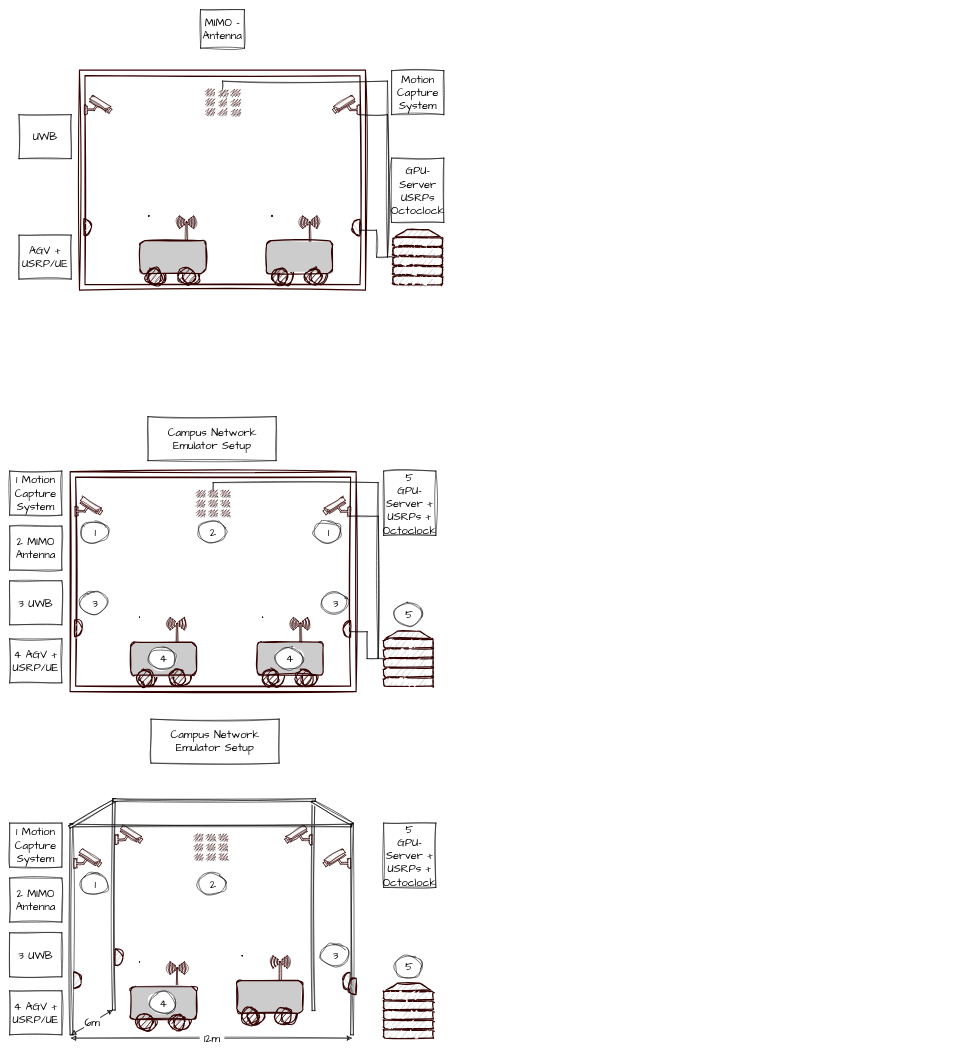
dfkirauber/dfkirauber keeps this draw.io diagram as Unbenanntes Diagramm.drawio. Above is the earlier version. Source tidied: cells renumbered, new cells numbered last; positions are measured from the earlier drawing's top-left corner, leaving out a move shared by most shapes. Both pictures are drawn from the tidied source at 55%, with x=0, y=0 at pixel (9, 9).
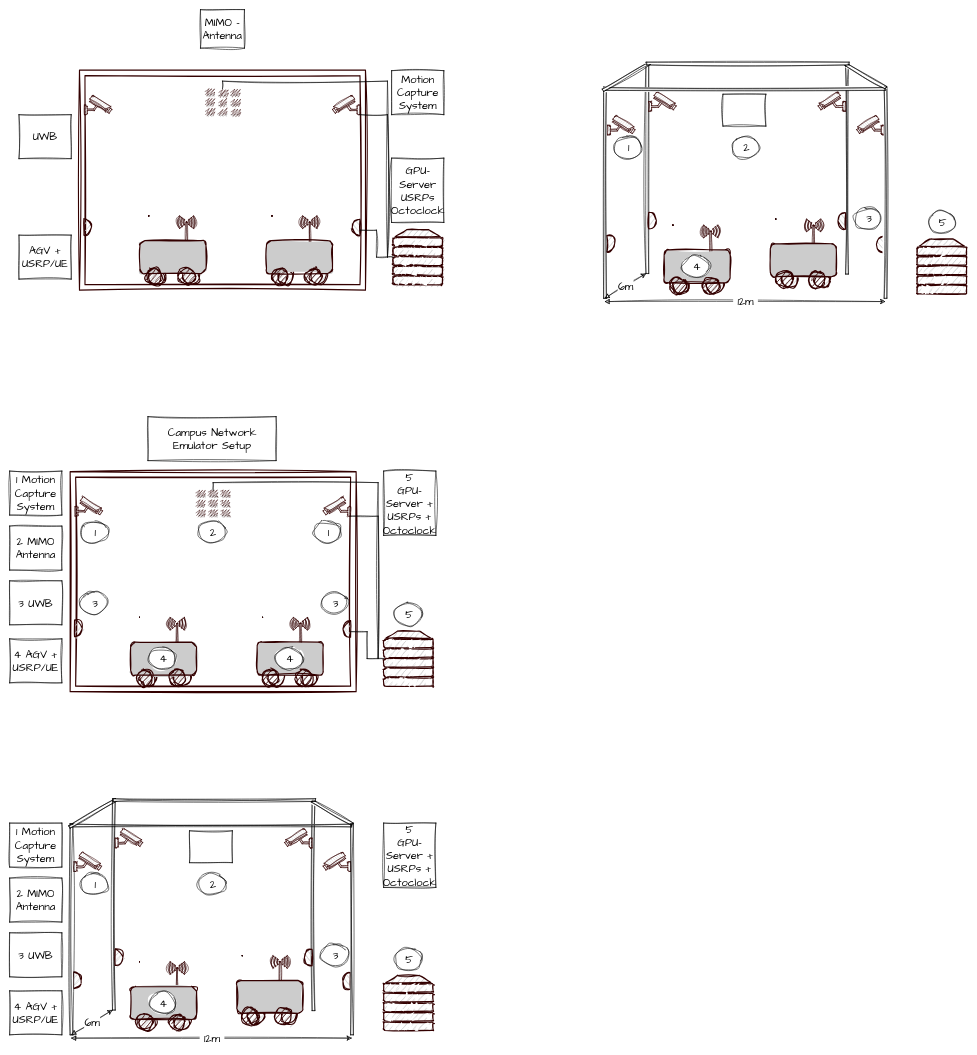
The same page after the edit.

Diff of the diagram source:
```diff
@@
+    <mxCell id="125" style="rounded=0;whiteSpace=wrap;html=1;sketch=1;hachureGap=4;jiggle=2;curveFitting=1;fontFamily=Architects Daughter;fontSize=20;" parent="1" vertex="1">
+      <mxGeometry x="327" y="1493" width="78" height="58" as="geometry" />
+    </mxCell>
@@
     <mxCell id="88" style="fontColor=#0066CC;verticalAlign=top;verticalLabelPosition=bottom;labelPosition=center;align=center;html=1;fillColor=#CCCCCC;strokeColor=#330000;gradientColor=none;gradientDirection=north;strokeWidth=2;shape=mxgraph.networks.security_camera;flipV=0;flipH=1;sketch=1;curveFitting=1;jiggle=2;perimeterSpacing=0;" parent="1" vertex="1">
-      <mxGeometry x="570" y="1526" width="50" height="35" as="geometry" />
+      <mxGeometry x="570" y="1532" width="50" height="35" as="geometry" />
     </mxCell>
@@
     <mxCell id="90" style="fontColor=#0066CC;verticalAlign=top;verticalLabelPosition=bottom;labelPosition=center;align=center;html=1;fillColor=#CCCCCC;strokeColor=#330000;gradientColor=none;gradientDirection=north;strokeWidth=2;shape=mxgraph.networks.security_camera;sketch=1;curveFitting=1;jiggle=2;perimeterSpacing=0;" parent="1" vertex="1">
-      <mxGeometry x="117" y="1526" width="50" height="35" as="geometry" />
+      <mxGeometry x="117" y="1532" width="50" height="35" as="geometry" />
     </mxCell>
@@
     <mxCell id="92" style="fontColor=#0066CC;verticalAlign=top;verticalLabelPosition=bottom;labelPosition=center;align=center;html=1;fillColor=#CCCCCC;strokeColor=#330000;gradientColor=none;gradientDirection=north;strokeWidth=2;shape=mxgraph.networks.server;sketch=1;curveFitting=1;jiggle=2;perimeterSpacing=0;" parent="1" vertex="1">
-      <mxGeometry x="680" y="1770" width="90" height="100" as="geometry" />
+      <mxGeometry x="680" y="1756" width="90" height="100" as="geometry" />
     </mxCell>
-    <mxCell id="93" style="dashed=0;verticalLabelPosition=bottom;verticalAlign=top;align=center;html=1;shape=mxgraph.aws3.instances_2;fillColor=#330000;gradientColor=none;sketch=1;curveFitting=1;jiggle=2;strokeWidth=1;fillStyle=zigzag;" parent="1" vertex="1">
+    <mxCell id="93" style="dashed=0;verticalLabelPosition=bottom;verticalAlign=top;align=center;html=1;shape=mxgraph.aws3.instances_2;fillColor=#B3B3B3;gradientColor=none;strokeWidth=0;fillStyle=zigzag;sketch=1;curveFitting=1;jiggle=2;" parent="1" vertex="1">
       <mxGeometry x="336" y="1499" width="60" height="47" as="geometry" />
     </mxCell>
@@
     <mxCell id="104" style="ellipse;whiteSpace=wrap;html=1;sketch=1;hachureGap=4;jiggle=2;curveFitting=1;fontFamily=Architects Daughter;fontSize=20;" parent="1" vertex="1">
-      <mxGeometry x="700" y="1720" width="50" height="40" as="geometry" />
+      <mxGeometry x="700" y="1706" width="50" height="40" as="geometry" />
     </mxCell>
     <mxCell id="105" value="5" style="text;html=1;strokeColor=none;fillColor=none;align=center;verticalAlign=middle;whiteSpace=wrap;rounded=0;fontSize=20;fontFamily=Architects Daughter;" parent="1" vertex="1">
-      <mxGeometry x="697" y="1725" width="60" height="30" as="geometry" />
+      <mxGeometry x="697" y="1711" width="60" height="30" as="geometry" />
     </mxCell>
@@
-    <mxCell id="109" value="Campus Network Emulator Setup" style="text;html=1;strokeColor=default;fillColor=none;align=center;verticalAlign=middle;whiteSpace=wrap;rounded=0;fontSize=20;fontFamily=Architects Daughter;sketch=1;curveFitting=1;jiggle=2;" parent="1" vertex="1">
-      <mxGeometry x="257" y="1290" width="233" height="80" as="geometry" />
-    </mxCell>
@@
     <mxCell id="113" style="fontColor=#0066CC;verticalAlign=top;verticalLabelPosition=bottom;labelPosition=center;align=center;html=1;fillColor=#CCCCCC;strokeColor=#330000;gradientColor=none;gradientDirection=north;strokeWidth=2;shape=mxgraph.networks.security_camera;sketch=1;curveFitting=1;jiggle=2;perimeterSpacing=0;" parent="1" vertex="1">
-      <mxGeometry x="192" y="1483" width="50" height="35" as="geometry" />
+      <mxGeometry x="192" y="1489" width="50" height="35" as="geometry" />
     </mxCell>
     <mxCell id="114" style="fontColor=#0066CC;verticalAlign=top;verticalLabelPosition=bottom;labelPosition=center;align=center;html=1;fillColor=#CCCCCC;strokeColor=#330000;gradientColor=none;gradientDirection=north;strokeWidth=2;shape=mxgraph.networks.security_camera;flipV=0;flipH=1;sketch=1;curveFitting=1;jiggle=2;perimeterSpacing=0;" parent="1" vertex="1">
-      <mxGeometry x="500" y="1483" width="50" height="35" as="geometry" />
+      <mxGeometry x="500" y="1489" width="50" height="35" as="geometry" />
     </mxCell>
@@
     <mxCell id="124" style="shape=or;whiteSpace=wrap;html=1;flipH=1;strokeColor=#330000;fillColor=#CCCCCC;sketch=1;curveFitting=1;jiggle=2;perimeterSpacing=0;strokeWidth=2;" parent="1" vertex="1">
-      <mxGeometry x="616" y="1761" width="14" height="30" as="geometry" />
+      <mxGeometry x="536" y="1708.5" width="14" height="30" as="geometry" />
     </mxCell>
+    <mxCell id="126" style="rounded=0;whiteSpace=wrap;html=1;sketch=1;hachureGap=4;jiggle=2;curveFitting=1;fontFamily=Architects Daughter;fontSize=20;" parent="1" vertex="1">
+      <mxGeometry x="1297" y="153.8" width="78" height="58" as="geometry" />
+    </mxCell>
+    <mxCell id="127" style="rounded=0;whiteSpace=wrap;html=1;sketch=1;hachureGap=4;jiggle=2;curveFitting=1;fontFamily=Architects Daughter;fontSize=20;" parent="1" vertex="1">
+      <mxGeometry x="1520" y="100.8" width="5" height="380" as="geometry" />
+    </mxCell>
+    <mxCell id="128" style="ellipse;whiteSpace=wrap;html=1;strokeColor=#330000;fillColor=#CCCCCC;sketch=1;curveFitting=1;jiggle=2;perimeterSpacing=0;strokeWidth=2;" parent="1" vertex="1">
+      <mxGeometry x="1463" y="475.8" width="30" height="30" as="geometry" />
+    </mxCell>
+    <mxCell id="129" style="ellipse;whiteSpace=wrap;html=1;strokeColor=#330000;fillColor=#CCCCCC;sketch=1;curveFitting=1;jiggle=2;perimeterSpacing=0;strokeWidth=2;" parent="1" vertex="1">
+      <mxGeometry x="1403" y="475.8" width="30" height="30" as="geometry" />
+    </mxCell>
+    <mxCell id="130" style="fontColor=#0066CC;verticalAlign=top;verticalLabelPosition=bottom;labelPosition=center;align=center;html=1;fillColor=#CCCCCC;strokeColor=#330000;gradientColor=none;gradientDirection=north;strokeWidth=1;shape=mxgraph.networks.wireless_modem;sketch=1;curveFitting=1;jiggle=2;perimeterSpacing=0;" parent="1" vertex="1">
+      <mxGeometry x="1393" y="380.8" width="100" height="85" as="geometry" />
+    </mxCell>
+    <mxCell id="131" style="rounded=1;whiteSpace=wrap;html=1;gradientColor=none;fillColor=#CCCCCC;shadow=0;glass=0;fillStyle=solid;strokeColor=#330000;sketch=1;curveFitting=1;jiggle=2;perimeterSpacing=0;strokeWidth=2;" parent="1" vertex="1">
+      <mxGeometry x="1383" y="425.8" width="120" height="60" as="geometry" />
+    </mxCell>
+    <mxCell id="132" style="ellipse;whiteSpace=wrap;html=1;strokeColor=#330000;fillColor=#330000;sketch=1;curveFitting=1;jiggle=2;perimeterSpacing=0;strokeWidth=2;" parent="1" vertex="1">
+      <mxGeometry x="1393" y="475.8" width="30" height="30" as="geometry" />
+    </mxCell>
+    <mxCell id="133" style="ellipse;whiteSpace=wrap;html=1;strokeColor=#330000;fillColor=#330000;sketch=1;curveFitting=1;jiggle=2;perimeterSpacing=0;strokeWidth=2;" parent="1" vertex="1">
+      <mxGeometry x="1453" y="475.8" width="30" height="30" as="geometry" />
+    </mxCell>
+    <mxCell id="134" style="ellipse;whiteSpace=wrap;html=1;strokeColor=#330000;fillColor=#CCCCCC;sketch=1;curveFitting=1;jiggle=2;perimeterSpacing=0;strokeWidth=2;" parent="1" vertex="1">
+      <mxGeometry x="1268" y="486.8" width="30" height="30" as="geometry" />
+    </mxCell>
+    <mxCell id="135" style="ellipse;whiteSpace=wrap;html=1;strokeColor=#330000;fillColor=#CCCCCC;sketch=1;curveFitting=1;jiggle=2;perimeterSpacing=0;strokeWidth=2;" parent="1" vertex="1">
+      <mxGeometry x="1206" y="486.8" width="30" height="30" as="geometry" />
+    </mxCell>
+    <mxCell id="136" style="fontColor=#0066CC;verticalAlign=top;verticalLabelPosition=bottom;labelPosition=center;align=center;html=1;fillColor=#CCCCCC;strokeColor=#330000;gradientColor=none;gradientDirection=north;strokeWidth=1;shape=mxgraph.networks.wireless_modem;sketch=1;curveFitting=1;jiggle=2;perimeterSpacing=0;" parent="1" vertex="1">
+      <mxGeometry x="1206" y="391.8" width="100" height="85" as="geometry" />
+    </mxCell>
+    <mxCell id="137" style="rounded=1;whiteSpace=wrap;html=1;gradientColor=none;fillColor=#CCCCCC;shadow=0;glass=0;fillStyle=solid;strokeColor=#330000;sketch=1;curveFitting=1;jiggle=2;perimeterSpacing=0;strokeWidth=2;" parent="1" vertex="1">
+      <mxGeometry x="1190" y="436.8" width="120" height="60" as="geometry" />
+    </mxCell>
+    <mxCell id="138" style="ellipse;whiteSpace=wrap;html=1;strokeColor=#330000;fillColor=#330000;sketch=1;curveFitting=1;jiggle=2;perimeterSpacing=0;strokeWidth=2;" parent="1" vertex="1">
+      <mxGeometry x="1200" y="486.8" width="30" height="30" as="geometry" />
+    </mxCell>
+    <mxCell id="139" style="ellipse;whiteSpace=wrap;html=1;strokeColor=#330000;fillColor=#330000;sketch=1;curveFitting=1;jiggle=2;perimeterSpacing=0;strokeWidth=2;" parent="1" vertex="1">
+      <mxGeometry x="1260" y="486.8" width="30" height="30" as="geometry" />
+    </mxCell>
+    <mxCell id="140" style="fontColor=#0066CC;verticalAlign=top;verticalLabelPosition=bottom;labelPosition=center;align=center;html=1;fillColor=#CCCCCC;strokeColor=#330000;gradientColor=none;gradientDirection=north;strokeWidth=2;shape=mxgraph.networks.security_camera;flipV=0;flipH=1;sketch=1;curveFitting=1;jiggle=2;perimeterSpacing=0;" parent="1" vertex="1">
+      <mxGeometry x="1540" y="192.8" width="50" height="35" as="geometry" />
+    </mxCell>
+    <mxCell id="141" style="shape=or;whiteSpace=wrap;html=1;strokeColor=#330000;fillColor=#CCCCCC;sketch=1;curveFitting=1;jiggle=2;perimeterSpacing=0;strokeWidth=2;" parent="1" vertex="1">
+      <mxGeometry x="1086" y="410.8" width="14" height="30" as="geometry" />
+    </mxCell>
+    <mxCell id="142" style="fontColor=#0066CC;verticalAlign=top;verticalLabelPosition=bottom;labelPosition=center;align=center;html=1;fillColor=#CCCCCC;strokeColor=#330000;gradientColor=none;gradientDirection=north;strokeWidth=2;shape=mxgraph.networks.security_camera;sketch=1;curveFitting=1;jiggle=2;perimeterSpacing=0;" parent="1" vertex="1">
+      <mxGeometry x="1087" y="192.8" width="50" height="35" as="geometry" />
+    </mxCell>
+    <mxCell id="143" style="shape=or;whiteSpace=wrap;html=1;flipH=1;strokeColor=#330000;fillColor=#CCCCCC;sketch=1;curveFitting=1;jiggle=2;perimeterSpacing=0;strokeWidth=2;" parent="1" vertex="1">
+      <mxGeometry x="1576" y="411.8" width="14" height="30" as="geometry" />
+    </mxCell>
+    <mxCell id="144" style="fontColor=#0066CC;verticalAlign=top;verticalLabelPosition=bottom;labelPosition=center;align=center;html=1;fillColor=#CCCCCC;strokeColor=#330000;gradientColor=none;gradientDirection=north;strokeWidth=2;shape=mxgraph.networks.server;sketch=1;curveFitting=1;jiggle=2;perimeterSpacing=0;" parent="1" vertex="1">
+      <mxGeometry x="1650" y="416.8" width="90" height="100" as="geometry" />
+    </mxCell>
+    <mxCell id="145" style="dashed=0;verticalLabelPosition=bottom;verticalAlign=top;align=center;html=1;shape=mxgraph.aws3.instances_2;fillColor=#B3B3B3;gradientColor=none;strokeWidth=0;fillStyle=zigzag;sketch=1;curveFitting=1;jiggle=2;" parent="1" vertex="1">
+      <mxGeometry x="1306" y="159.8" width="60" height="47" as="geometry" />
+    </mxCell>
+    <mxCell id="146" style="ellipse;whiteSpace=wrap;html=1;sketch=1;hachureGap=4;jiggle=2;curveFitting=1;fontFamily=Architects Daughter;fontSize=20;" parent="1" vertex="1">
+      <mxGeometry x="1099" y="230.8" width="50" height="40" as="geometry" />
+    </mxCell>
+    <mxCell id="147" value="1" style="text;html=1;strokeColor=none;fillColor=none;align=center;verticalAlign=middle;whiteSpace=wrap;rounded=0;fontSize=20;fontFamily=Architects Daughter;" parent="1" vertex="1">
+      <mxGeometry x="1096" y="235.8" width="60" height="30" as="geometry" />
+    </mxCell>
+    <mxCell id="148" style="ellipse;whiteSpace=wrap;html=1;sketch=1;hachureGap=4;jiggle=2;curveFitting=1;fontFamily=Architects Daughter;fontSize=20;" parent="1" vertex="1">
+      <mxGeometry x="1313" y="230.8" width="50" height="40" as="geometry" />
+    </mxCell>
+    <mxCell id="149" value="2" style="text;html=1;strokeColor=none;fillColor=none;align=center;verticalAlign=middle;whiteSpace=wrap;rounded=0;fontSize=20;fontFamily=Architects Daughter;" parent="1" vertex="1">
+      <mxGeometry x="1310" y="235.8" width="60" height="30" as="geometry" />
+    </mxCell>
+    <mxCell id="150" style="ellipse;whiteSpace=wrap;html=1;sketch=1;hachureGap=4;jiggle=2;curveFitting=1;fontFamily=Architects Daughter;fontSize=20;" parent="1" vertex="1">
+      <mxGeometry x="1223" y="446.8" width="50" height="40" as="geometry" />
+    </mxCell>
+    <mxCell id="151" value="4" style="text;html=1;strokeColor=none;fillColor=none;align=center;verticalAlign=middle;whiteSpace=wrap;rounded=0;fontSize=20;fontFamily=Architects Daughter;" parent="1" vertex="1">
+      <mxGeometry x="1220" y="451.8" width="60" height="30" as="geometry" />
+    </mxCell>
+    <mxCell id="152" style="ellipse;whiteSpace=wrap;html=1;sketch=1;hachureGap=4;jiggle=2;curveFitting=1;fontFamily=Architects Daughter;fontSize=20;" parent="1" vertex="1">
+      <mxGeometry x="1536" y="359.2" width="50" height="40" as="geometry" />
+    </mxCell>
+    <mxCell id="153" value="3" style="text;html=1;strokeColor=none;fillColor=none;align=center;verticalAlign=middle;whiteSpace=wrap;rounded=0;fontSize=20;fontFamily=Architects Daughter;" parent="1" vertex="1">
+      <mxGeometry x="1533" y="364.2" width="60" height="30" as="geometry" />
+    </mxCell>
+    <mxCell id="154" style="ellipse;whiteSpace=wrap;html=1;sketch=1;hachureGap=4;jiggle=2;curveFitting=1;fontFamily=Architects Daughter;fontSize=20;" parent="1" vertex="1">
+      <mxGeometry x="1670" y="366.8" width="50" height="40" as="geometry" />
+    </mxCell>
+    <mxCell id="155" value="5" style="text;html=1;strokeColor=none;fillColor=none;align=center;verticalAlign=middle;whiteSpace=wrap;rounded=0;fontSize=20;fontFamily=Architects Daughter;" parent="1" vertex="1">
+      <mxGeometry x="1667" y="371.8" width="60" height="30" as="geometry" />
+    </mxCell>
+    <mxCell id="156" style="rounded=0;whiteSpace=wrap;html=1;sketch=1;hachureGap=4;jiggle=2;curveFitting=1;fontFamily=Architects Daughter;fontSize=20;" parent="1" vertex="1">
+      <mxGeometry x="1080" y="140.8" width="5" height="384" as="geometry" />
+    </mxCell>
+    <mxCell id="157" style="rounded=0;whiteSpace=wrap;html=1;sketch=1;hachureGap=4;jiggle=2;curveFitting=1;fontFamily=Architects Daughter;fontSize=20;" parent="1" vertex="1">
+      <mxGeometry x="1590" y="140.8" width="5" height="384" as="geometry" />
+    </mxCell>
+    <mxCell id="158" style="rounded=0;whiteSpace=wrap;html=1;sketch=1;hachureGap=4;jiggle=2;curveFitting=1;fontFamily=Architects Daughter;fontSize=20;" parent="1" vertex="1">
+      <mxGeometry x="1157" y="95.8" width="5" height="384" as="geometry" />
+    </mxCell>
+    <mxCell id="159" style="fontColor=#0066CC;verticalAlign=top;verticalLabelPosition=bottom;labelPosition=center;align=center;html=1;fillColor=#CCCCCC;strokeColor=#330000;gradientColor=none;gradientDirection=north;strokeWidth=2;shape=mxgraph.networks.security_camera;sketch=1;curveFitting=1;jiggle=2;perimeterSpacing=0;" parent="1" vertex="1">
+      <mxGeometry x="1162" y="149.8" width="50" height="35" as="geometry" />
+    </mxCell>
+    <mxCell id="160" style="fontColor=#0066CC;verticalAlign=top;verticalLabelPosition=bottom;labelPosition=center;align=center;html=1;fillColor=#CCCCCC;strokeColor=#330000;gradientColor=none;gradientDirection=north;strokeWidth=2;shape=mxgraph.networks.security_camera;flipV=0;flipH=1;sketch=1;curveFitting=1;jiggle=2;perimeterSpacing=0;" parent="1" vertex="1">
+      <mxGeometry x="1470" y="149.8" width="50" height="35" as="geometry" />
+    </mxCell>
+    <mxCell id="161" style="rounded=0;whiteSpace=wrap;html=1;sketch=1;hachureGap=4;jiggle=2;curveFitting=1;fontFamily=Architects Daughter;fontSize=20;rotation=90;" parent="1" vertex="1">
+      <mxGeometry x="1335.2" y="-110" width="5" height="508.5" as="geometry" />
+    </mxCell>
+    <mxCell id="162" style="rounded=0;whiteSpace=wrap;html=1;sketch=1;hachureGap=4;jiggle=2;curveFitting=1;fontFamily=Architects Daughter;fontSize=20;rotation=60;" parent="1" vertex="1">
+      <mxGeometry x="1118.6" y="73.2" width="5" height="98" as="geometry" />
+    </mxCell>
+    <mxCell id="163" style="rounded=0;whiteSpace=wrap;html=1;sketch=1;hachureGap=4;jiggle=2;curveFitting=1;fontFamily=Architects Daughter;fontSize=20;rotation=120;" parent="1" vertex="1">
+      <mxGeometry x="1554.1" y="78.3" width="5" height="84.6" as="geometry" />
+    </mxCell>
+    <mxCell id="164" style="rounded=0;whiteSpace=wrap;html=1;sketch=1;hachureGap=4;jiggle=2;curveFitting=1;fontFamily=Architects Daughter;fontSize=20;rotation=90;" parent="1" vertex="1">
+      <mxGeometry x="1339.8" y="-86" width="5" height="368" as="geometry" />
+    </mxCell>
+    <mxCell id="165" style="endArrow=classic;html=1;rounded=0;sketch=1;hachureGap=4;jiggle=2;curveFitting=1;fontFamily=Architects Daughter;fontSize=16;startArrow=block;startFill=1;" parent="1" edge="1">
+      <mxGeometry relative="1" as="geometry">
+        <mxPoint x="1082" y="530.8" as="sourcePoint" />
+        <mxPoint x="1592" y="530.8" as="targetPoint" />
+      </mxGeometry>
+    </mxCell>
+    <mxCell id="166" value="&amp;nbsp;12m&amp;nbsp; " style="edgeLabel;html=1;align=center;verticalAlign=middle;sketch=1;hachureGap=4;jiggle=2;curveFitting=1;fontFamily=Architects Daughter;fontSize=20;" parent="165" vertex="1">
+      <mxGeometry relative="1" as="geometry" />
+    </mxCell>
+    <mxCell id="167" style="endArrow=classic;html=1;rounded=0;sketch=1;hachureGap=4;jiggle=2;curveFitting=1;fontFamily=Architects Daughter;fontSize=16;startArrow=block;startFill=1;entryX=0;entryY=1;entryDx=0;entryDy=0;" parent="1" edge="1" target="158">
+      <mxGeometry relative="1" as="geometry">
+        <mxPoint x="1082" y="524.8" as="sourcePoint" />
+      </mxGeometry>
+    </mxCell>
+    <mxCell id="168" value="6m" style="edgeLabel;html=1;align=center;verticalAlign=middle;sketch=1;hachureGap=4;jiggle=2;curveFitting=1;fontFamily=Architects Daughter;fontSize=20;" parent="167" vertex="1">
+      <mxGeometry relative="1" as="geometry" />
+    </mxCell>
+    <mxCell id="169" style="shape=or;whiteSpace=wrap;html=1;strokeColor=#330000;fillColor=#CCCCCC;sketch=1;curveFitting=1;jiggle=2;perimeterSpacing=0;strokeWidth=2;" parent="1" vertex="1">
+      <mxGeometry x="1162" y="368.5" width="14" height="30" as="geometry" />
+    </mxCell>
+    <mxCell id="170" style="shape=or;whiteSpace=wrap;html=1;flipH=1;strokeColor=#330000;fillColor=#CCCCCC;sketch=1;curveFitting=1;jiggle=2;perimeterSpacing=0;strokeWidth=2;" parent="1" vertex="1">
+      <mxGeometry x="1506" y="369.2" width="14" height="30" as="geometry" />
+    </mxCell>
```
